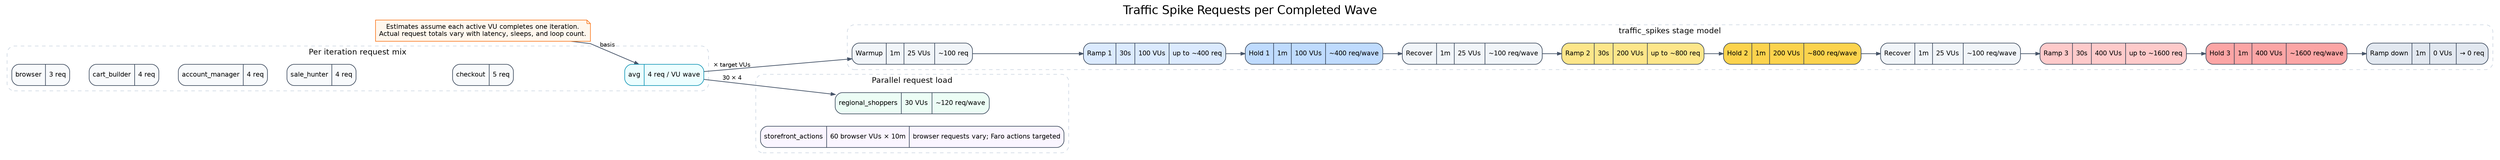
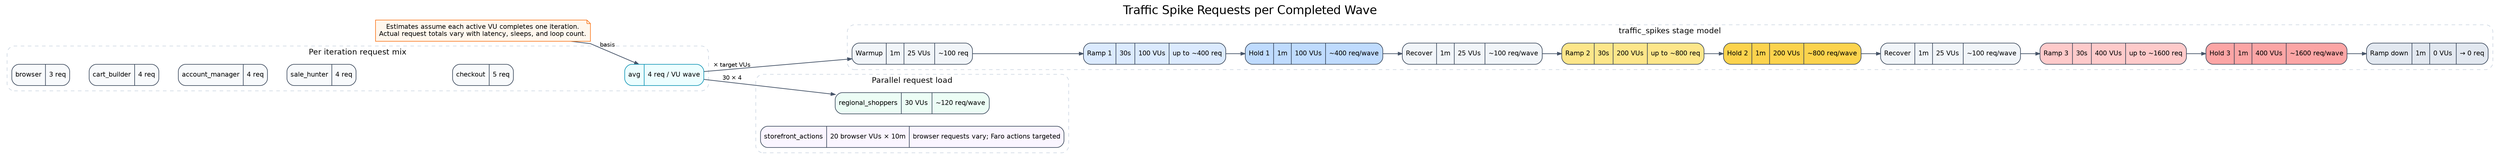
digraph traffic_spike_requests_only {
  graph [rankdir=LR, labelloc=t, label="Traffic Spike Requests per Completed Wave", fontsize=20, fontname="Helvetica", nodesep=0.28, ranksep=0.45, splines=polyline, outputorder=edgesfirst];
  node [shape=record, style="rounded,filled", fontname="Helvetica", fontsize=11, color="#334155", fillcolor="#f8fafc", margin="0.08,0.05"];
  edge [color="#475569", arrowsize=0.7, penwidth=1.2, fontname="Helvetica", fontsize=10];

  note [shape=note, fillcolor="#fff7ed", color="#f97316", label="Estimates assume each active VU completes one iteration.\nActual request totals vary with latency, sleeps, and loop count."];

  subgraph cluster_persona_math {
    label="Per iteration request mix"; color="#cbd5e1"; style="rounded,dashed"; fontsize=13; fontname="Helvetica";
    p_browser [label="{browser|3 req}"];
    p_cart [label="{cart_builder|4 req}"];
    p_account [label="{account_manager|4 req}"];
    p_sale [label="{sale_hunter|4 req}"];
    p_checkout [label="{checkout|5 req}"];
    p_avg [label="{avg|4 req / VU wave}", fillcolor="#ecfeff", color="#0891b2"];
    p_browser -> p_cart -> p_account -> p_sale -> p_checkout -> p_avg [style=invis];
  }

  subgraph cluster_stage_flow {
    label="traffic_spikes stage model"; color="#cbd5e1"; style="rounded,dashed"; fontsize=13; fontname="Helvetica";
    warmup [label="{Warmup|1m|25 VUs|~100 req}", fillcolor="#f1f5f9"];
    ramp1 [label="{Ramp 1|30s|100 VUs|up to ~400 req}", fillcolor="#dbeafe"];
    hold1 [label="{Hold 1|1m|100 VUs|~400 req/wave}", fillcolor="#bfdbfe"];
    rec1 [label="{Recover|1m|25 VUs|~100 req/wave}", fillcolor="#f1f5f9"];
    ramp2 [label="{Ramp 2|30s|200 VUs|up to ~800 req}", fillcolor="#fde68a"];
    hold2 [label="{Hold 2|1m|200 VUs|~800 req/wave}", fillcolor="#fcd34d"];
    rec2 [label="{Recover|1m|25 VUs|~100 req/wave}", fillcolor="#f1f5f9"];
    ramp3 [label="{Ramp 3|30s|400 VUs|up to ~1600 req}", fillcolor="#fecaca"];
    hold3 [label="{Hold 3|1m|400 VUs|~1600 req/wave}", fillcolor="#fca5a5"];
    down [label="{Ramp down|1m|0 VUs|→ 0 req}", fillcolor="#e2e8f0"];
    warmup -> ramp1 -> hold1 -> rec1 -> ramp2 -> hold2 -> rec2 -> ramp3 -> hold3 -> down;
  }

  subgraph cluster_parallel {
    label="Parallel request load"; color="#cbd5e1"; style="rounded,dashed"; fontsize=13; fontname="Helvetica";
    regional [label="{regional_shoppers|30 VUs|~120 req/wave}", fillcolor="#ecfdf5"];
-     browser_actions [label="{storefront_actions|60 browser VUs × 10m|browser requests vary; Faro actions targeted}", fillcolor="#faf5ff"];
+     browser_actions [label="{storefront_actions|20 browser VUs × 10m|browser requests vary; Faro actions targeted}", fillcolor="#faf5ff"];
  }

  note -> p_avg [label="basis"];
  p_avg -> warmup [label="× target VUs"];
  p_avg -> regional [label="30 × 4"];
}

